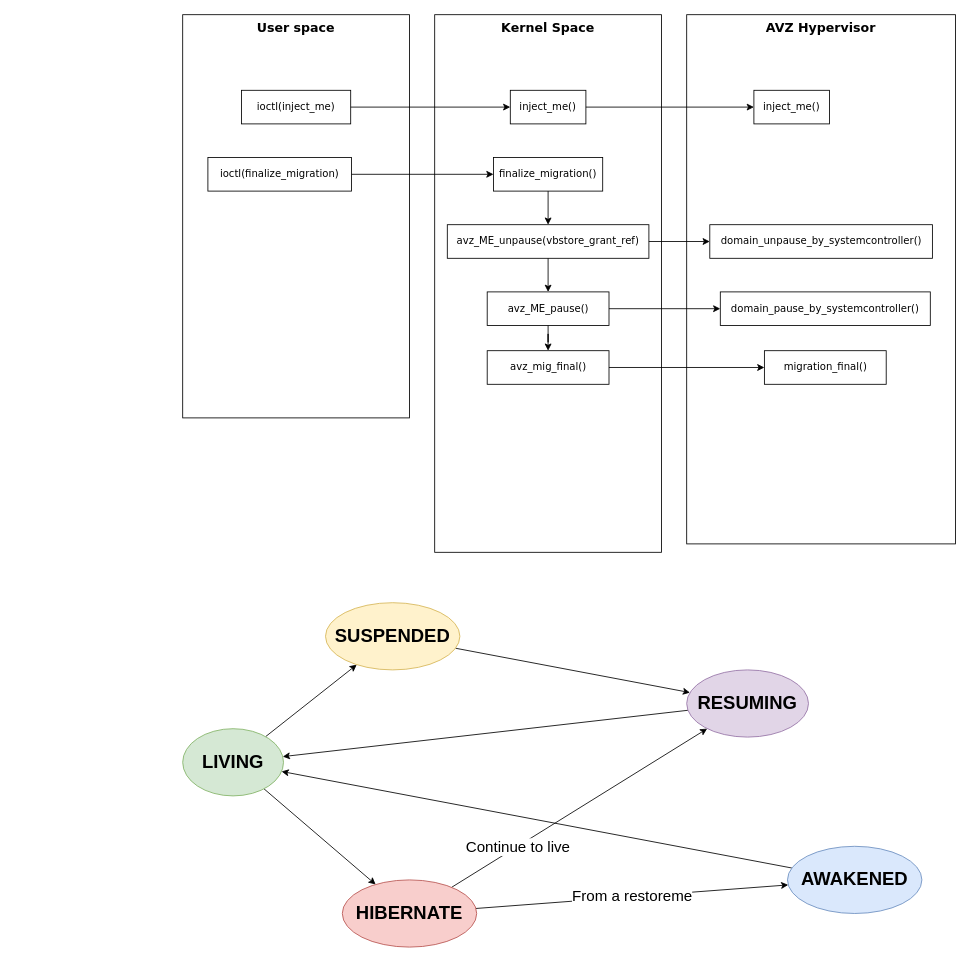
smartobjectoriented/soo keeps this draw.io diagram as page "Page-19" (14 of 15) of doc/source/img/SOO.drawio. Above is the earlier version. Source tidied: cells renumbered, new cells numbered last; positions are measured from the earlier drawing's top-left corner, leaving out a move shared by most shapes. Both pictures are drawn from the tidied source at 84%, with x=0, y=0 at pixel (182, 14).
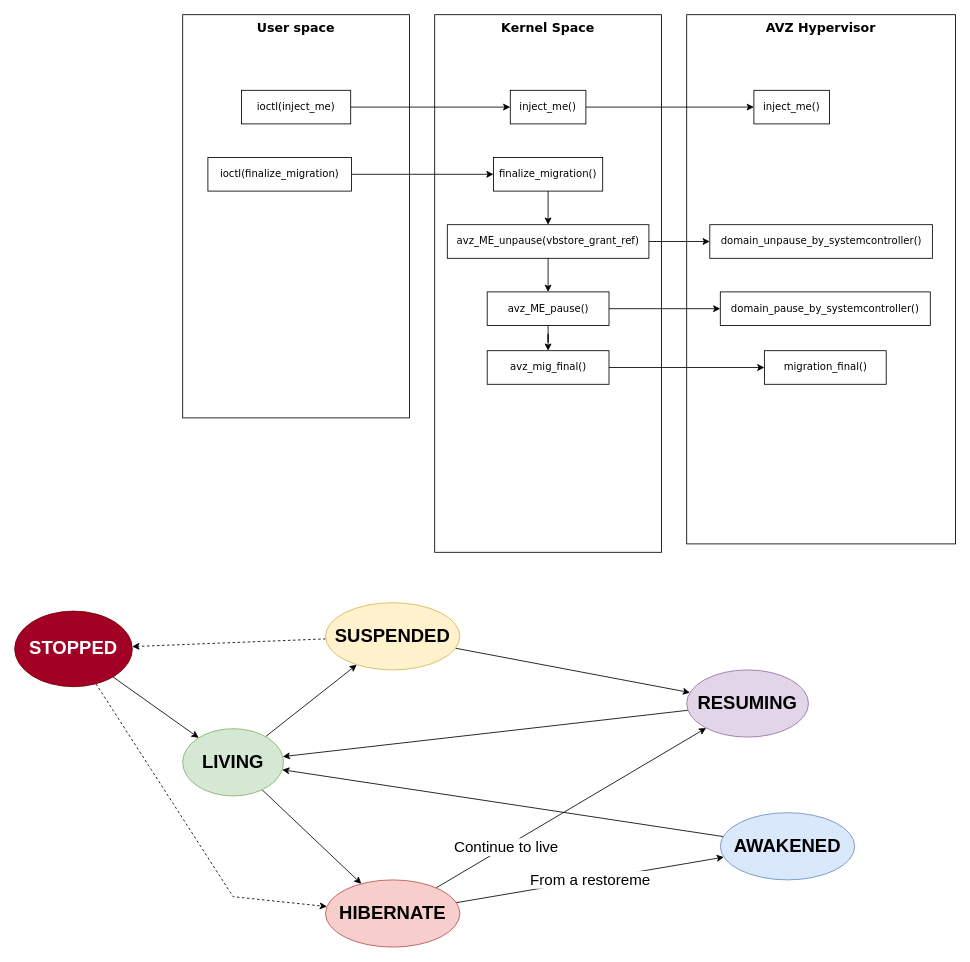
Above is the later version.

Unchanged cells that the change refers to:
```xml
<mxCell id="27" value="LIVING" style="ellipse;whiteSpace=wrap;html=1;fillColor=#d5e8d4;strokeColor=#82b366;fontStyle=1;fontSize=22;" parent="1" vertex="1">
  <mxGeometry y="850" width="120" height="80" as="geometry" />
</mxCell>
<mxCell id="31" value="SUSPENDED" style="ellipse;whiteSpace=wrap;html=1;fillColor=#fff2cc;strokeColor=#d6b656;fontStyle=1;fontSize=22;" parent="1" vertex="1">
  <mxGeometry x="170" y="700" width="160" height="80" as="geometry" />
</mxCell>
```

What changed in the source:
```diff
@@
+    <mxCell id="37" style="rounded=0;jettySize=auto;html=1;dashed=1;" parent="1" edge="1" source="31" target="40">
+      <mxGeometry relative="1" as="geometry" />
+    </mxCell>
@@
     <mxCell id="34" value="HIBERNATE" style="ellipse;whiteSpace=wrap;html=1;fillColor=#f8cecc;strokeColor=#b85450;fontStyle=1;fontSize=22;" parent="1" vertex="1">
-      <mxGeometry x="190" y="1030" width="160" height="80" as="geometry" />
+      <mxGeometry x="170" y="1030" width="160" height="80" as="geometry" />
     </mxCell>
@@
     <mxCell id="36" value="AWAKENED" style="ellipse;whiteSpace=wrap;html=1;fillColor=#dae8fc;strokeColor=#6c8ebf;fontStyle=1;fontSize=22;" parent="1" vertex="1">
-      <mxGeometry x="720" y="990" width="160" height="80" as="geometry" />
+      <mxGeometry x="640" y="950" width="160" height="80" as="geometry" />
     </mxCell>
+    <mxCell id="38" style="rounded=0;jettySize=auto;html=1;" parent="1" edge="1" source="40" target="27">
+      <mxGeometry relative="1" as="geometry" />
+    </mxCell>
+    <mxCell id="39" style="rounded=0;jettySize=auto;html=1;dashed=1;" parent="1" edge="1" source="40" target="34">
+      <mxGeometry relative="1" as="geometry">
+        <Array as="points">
+          <mxPoint x="60" y="1050" />
+        </Array>
+      </mxGeometry>
+    </mxCell>
+    <mxCell id="40" value="STOPPED" style="ellipse;whiteSpace=wrap;html=1;fillColor=#a20025;strokeColor=#6F0000;fontStyle=1;fontSize=22;fontColor=#ffffff;" parent="1" vertex="1">
+      <mxGeometry x="-200" y="710" width="140" height="90" as="geometry" />
+    </mxCell>
```
